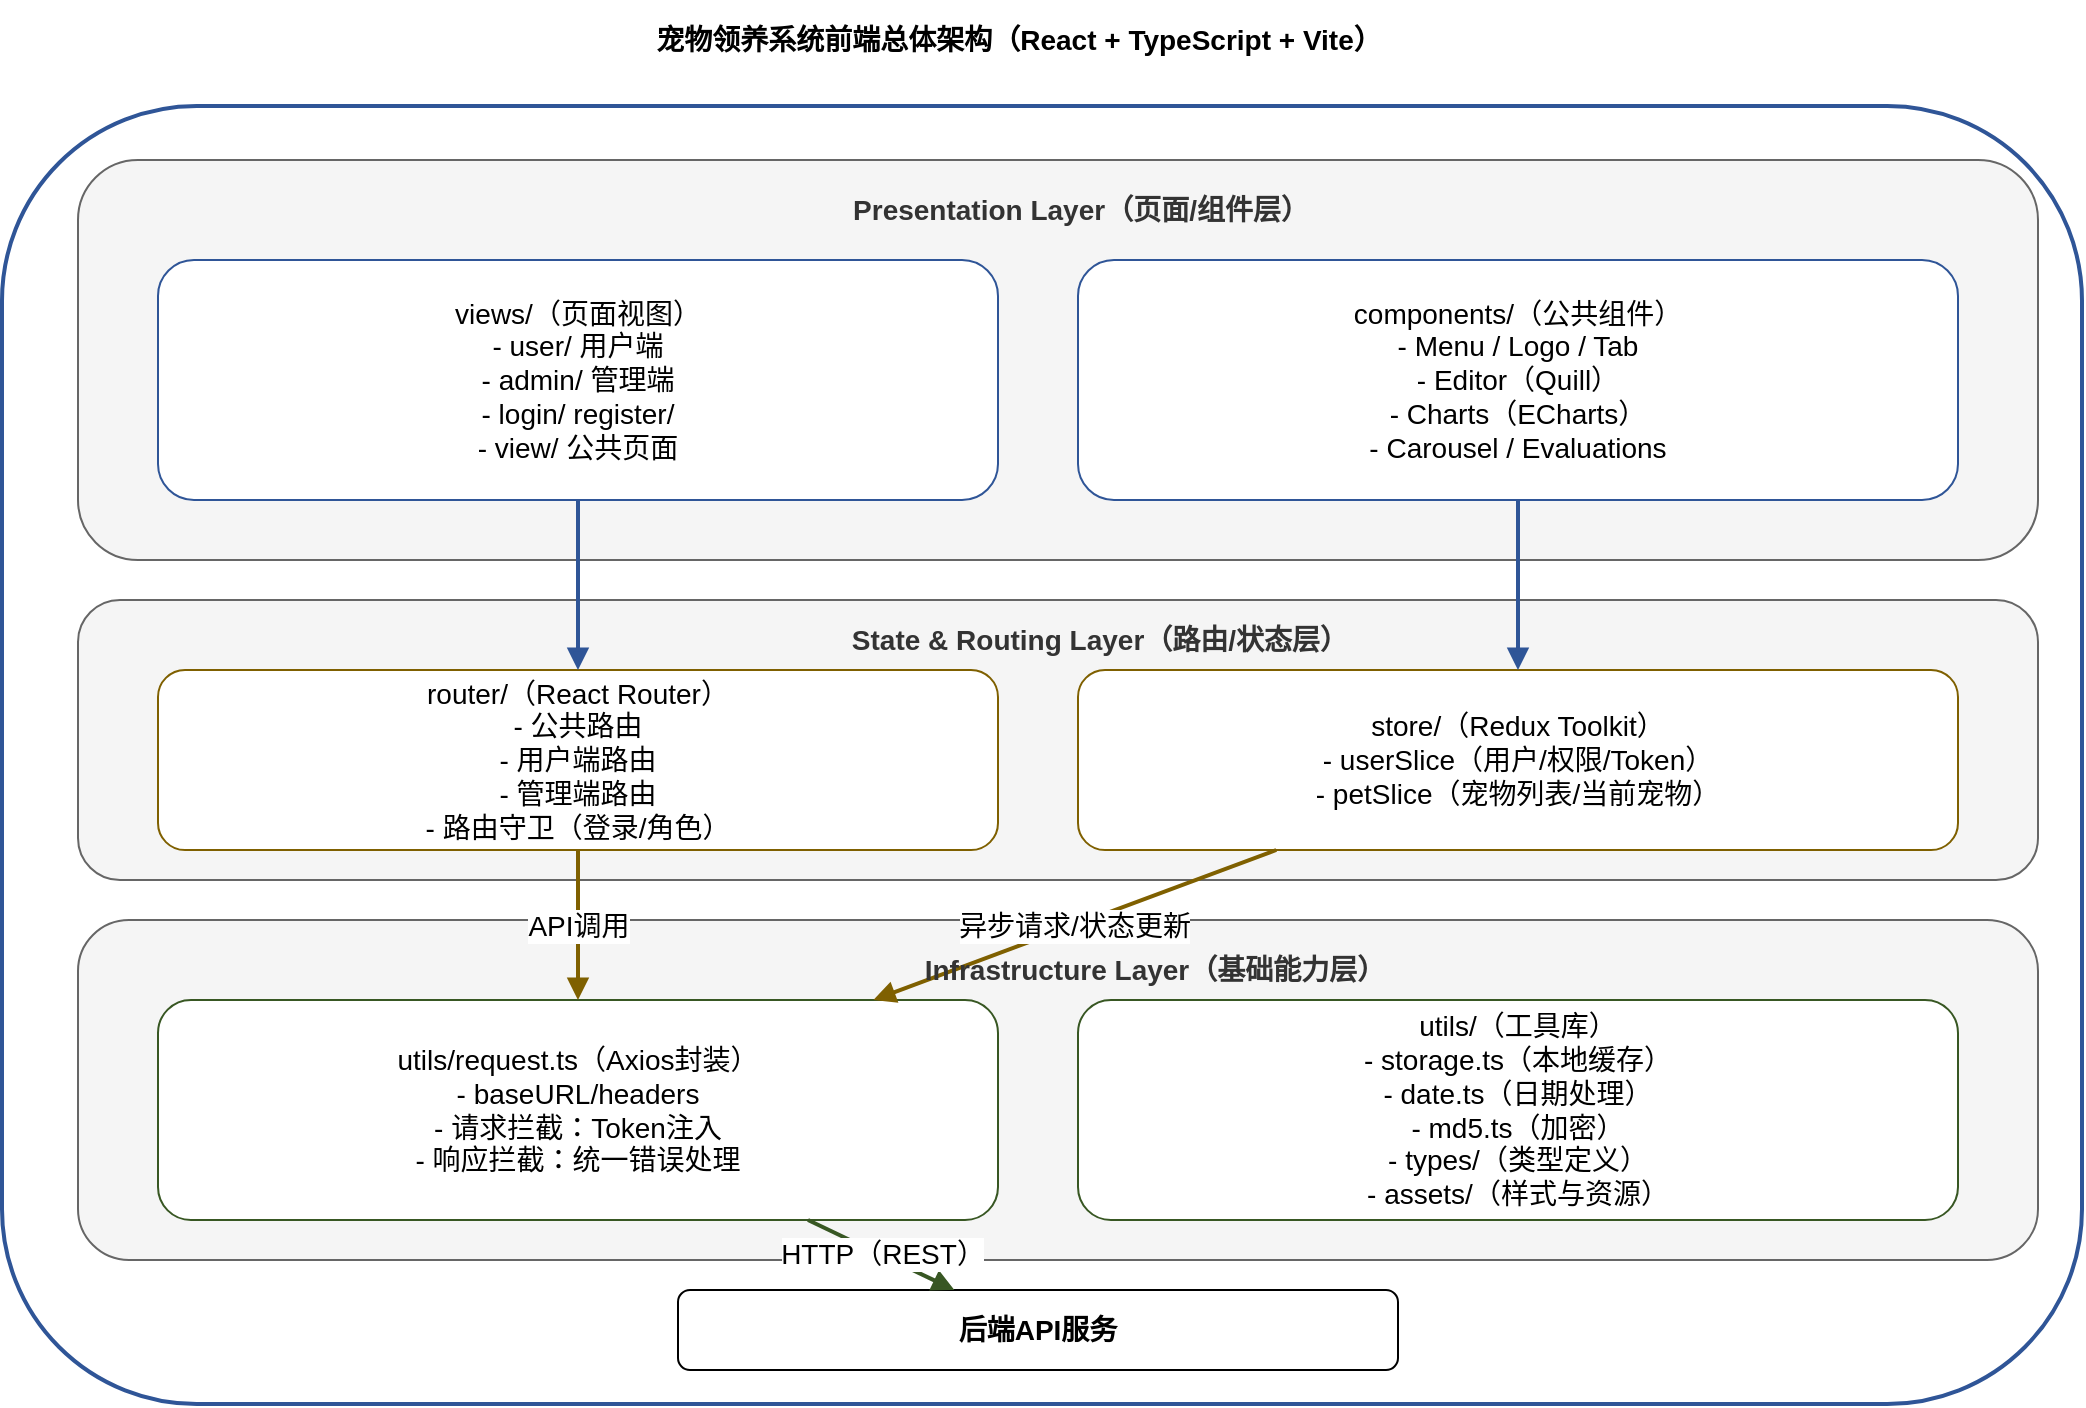
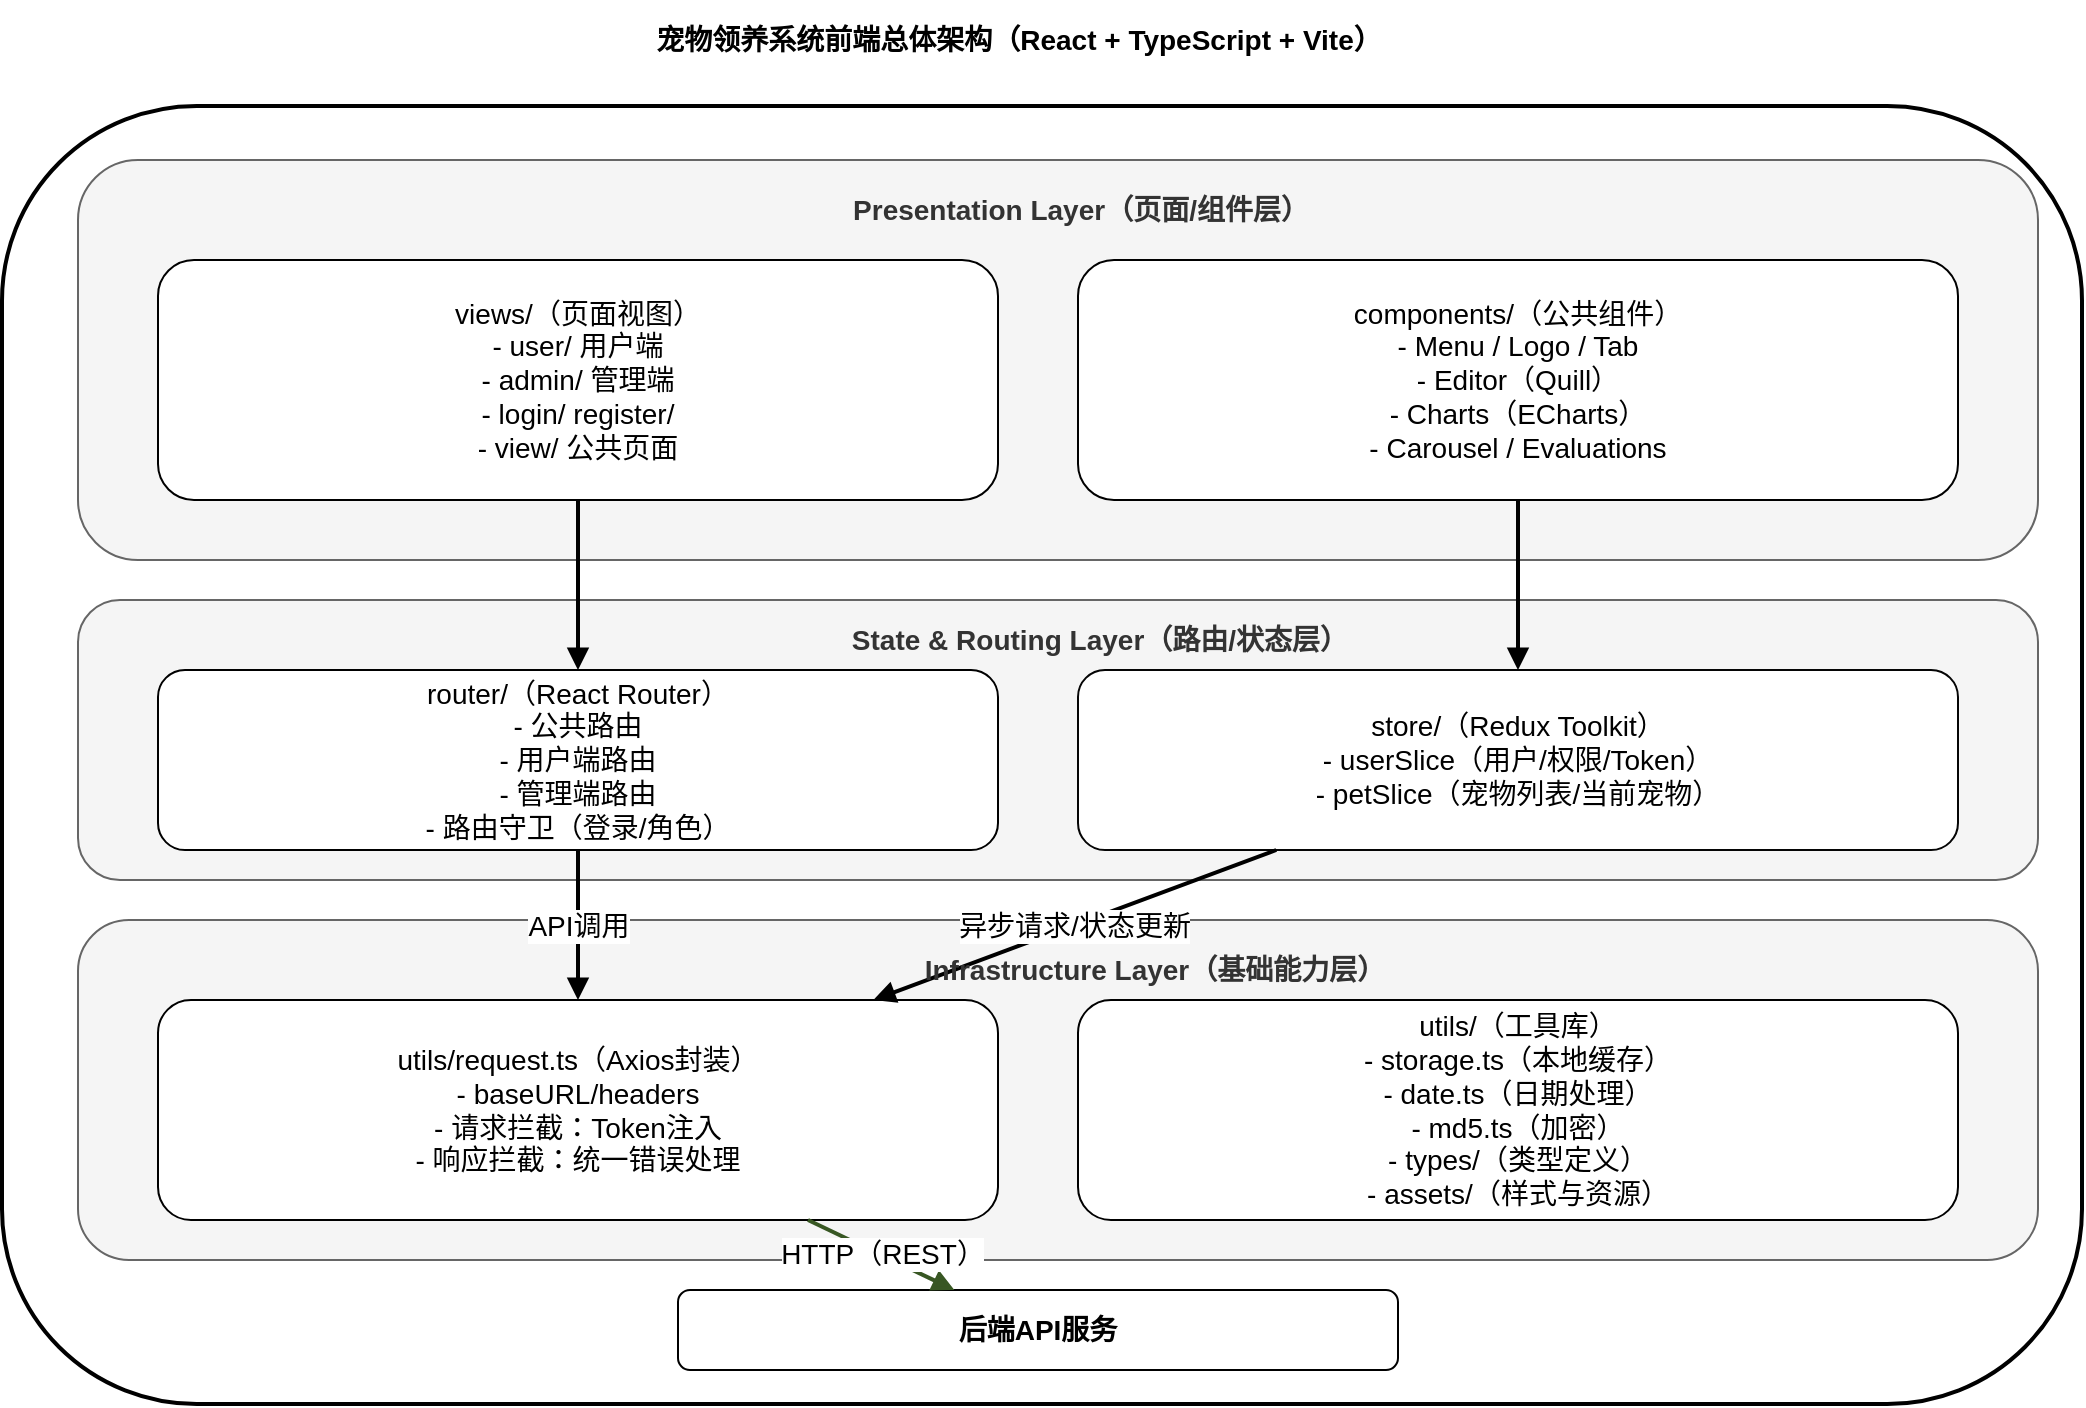
<mxfile host="app.diagrams.net">
  <diagram name="第 1 页" id="Zw4GrA-TFW1lKSvq5XIs">
    <mxGraphModel dx="1056" dy="729" grid="0" gridSize="10" guides="1" tooltips="1" connect="1" arrows="1" fold="1" page="1" pageScale="1" pageWidth="1200" pageHeight="800" math="0" shadow="0">
      <root>
        <mxCell id="0" />
        <mxCell id="1" parent="0" />
        <mxCell id="t1" parent="1" style="text;html=1;align=center;verticalAlign=middle;fontSize=14;fontStyle=1" value="宠物领养系统前端总体架构（React + TypeScript + Vite）" vertex="1">
          <mxGeometry height="40" width="800" x="190" y="60" as="geometry" />
        </mxCell>
-         <mxCell id="c0" parent="1" style="rounded=1;whiteSpace=wrap;html=1;strokeWidth=2;fillColor=#ffffff;strokeColor=#2F5597;fontStyle=1;align=center;fontSize=14;" value="Front-End Application" vertex="1">
+         <mxCell id="c0" parent="1" style="rounded=1;whiteSpace=wrap;html=1;strokeWidth=2;fillColor=#ffffff;strokeColor=#000000;fontStyle=1;align=center;fontSize=14;" value="Front-End Application" vertex="1">
          <mxGeometry height="649" width="1040" x="82" y="113" as="geometry" />
        </mxCell>
        <mxCell id="c1" parent="1" style="rounded=1;whiteSpace=wrap;html=1;fillColor=#f5f5f5;strokeColor=#666666;fontStyle=1;fontColor=#333333;fontSize=14;" value="" vertex="1">
          <mxGeometry height="200" width="980" x="120" y="140" as="geometry" />
        </mxCell>
        <mxCell id="c2" parent="1" style="rounded=1;whiteSpace=wrap;html=1;fillColor=#f5f5f5;strokeColor=#666666;fontStyle=1;fontColor=#333333;fontSize=14;" value="" vertex="1">
          <mxGeometry height="140" width="980" x="120" y="360" as="geometry" />
        </mxCell>
        <mxCell id="c3" parent="1" style="rounded=1;whiteSpace=wrap;html=1;fillColor=#f5f5f5;strokeColor=#666666;fontStyle=1;fontColor=#333333;fontSize=14;" value="" vertex="1">
          <mxGeometry height="170" width="980" x="120" y="520" as="geometry" />
        </mxCell>
-         <mxCell id="v1" parent="1" style="rounded=1;whiteSpace=wrap;html=1;fillColor=#ffffff;strokeColor=#2F5597;fontSize=14;" value="views/（页面视图）&#xa;- user/ 用户端&#xa;- admin/ 管理端&#xa;- login/ register/&#xa;- view/ 公共页面" vertex="1">
+         <mxCell id="v1" parent="1" style="rounded=1;whiteSpace=wrap;html=1;fillColor=#ffffff;strokeColor=#000000;fontSize=14;" value="views/（页面视图）&#xa;- user/ 用户端&#xa;- admin/ 管理端&#xa;- login/ register/&#xa;- view/ 公共页面" vertex="1">
          <mxGeometry height="120" width="420" x="160" y="190" as="geometry" />
        </mxCell>
-         <mxCell id="v2" parent="1" style="rounded=1;whiteSpace=wrap;html=1;fillColor=#ffffff;strokeColor=#2F5597;fontSize=14;" value="components/（公共组件）&#xa;- Menu / Logo / Tab&#xa;- Editor（Quill）&#xa;- Charts（ECharts）&#xa;- Carousel / Evaluations" vertex="1">
+         <mxCell id="v2" parent="1" style="rounded=1;whiteSpace=wrap;html=1;fillColor=#ffffff;strokeColor=#000000;fontSize=14;" value="components/（公共组件）&#xa;- Menu / Logo / Tab&#xa;- Editor（Quill）&#xa;- Charts（ECharts）&#xa;- Carousel / Evaluations" vertex="1">
          <mxGeometry height="120" width="440" x="620" y="190" as="geometry" />
        </mxCell>
-         <mxCell id="r1" parent="1" style="rounded=1;whiteSpace=wrap;html=1;fillColor=#ffffff;strokeColor=#7F6000;fontSize=14;" value="router/（React Router）&#xa;- 公共路由&#xa;- 用户端路由&#xa;- 管理端路由&#xa;- 路由守卫（登录/角色）" vertex="1">
+         <mxCell id="r1" parent="1" style="rounded=1;whiteSpace=wrap;html=1;fillColor=#ffffff;strokeColor=light-dark(#000000, #b69b49);fontSize=14;" value="router/（React Router）&#xa;- 公共路由&#xa;- 用户端路由&#xa;- 管理端路由&#xa;- 路由守卫（登录/角色）" vertex="1">
          <mxGeometry height="90" width="420" x="160" y="395" as="geometry" />
        </mxCell>
-         <mxCell id="s1" parent="1" style="rounded=1;whiteSpace=wrap;html=1;fillColor=#ffffff;strokeColor=#7F6000;fontSize=14;" value="store/（Redux Toolkit）&#xa;- userSlice（用户/权限/Token）&#xa;- petSlice（宠物列表/当前宠物）" vertex="1">
+         <mxCell id="s1" parent="1" style="rounded=1;whiteSpace=wrap;html=1;fillColor=#ffffff;strokeColor=light-dark(#050505, #b69b49);fontSize=14;" value="store/（Redux Toolkit）&#xa;- userSlice（用户/权限/Token）&#xa;- petSlice（宠物列表/当前宠物）" vertex="1">
          <mxGeometry height="90" width="440" x="620" y="395" as="geometry" />
        </mxCell>
-         <mxCell id="u1" parent="1" style="rounded=1;whiteSpace=wrap;html=1;fillColor=#ffffff;strokeColor=#385723;fontSize=14;" value="utils/request.ts（Axios封装）&#xa;- baseURL/headers&#xa;- 请求拦截：Token注入&#xa;- 响应拦截：统一错误处理" vertex="1">
+         <mxCell id="u1" parent="1" style="rounded=1;whiteSpace=wrap;html=1;fillColor=#ffffff;strokeColor=#000000;fontSize=14;" value="utils/request.ts（Axios封装）&#xa;- baseURL/headers&#xa;- 请求拦截：Token注入&#xa;- 响应拦截：统一错误处理" vertex="1">
          <mxGeometry height="110" width="420" x="160" y="560" as="geometry" />
        </mxCell>
-         <mxCell id="u2" parent="1" style="rounded=1;whiteSpace=wrap;html=1;fillColor=#ffffff;strokeColor=#385723;fontSize=14;" value="utils/（工具库）&#xa;- storage.ts（本地缓存）&#xa;- date.ts（日期处理）&#xa;- md5.ts（加密）&#xa;- types/（类型定义）&#xa;- assets/（样式与资源）" vertex="1">
+         <mxCell id="u2" parent="1" style="rounded=1;whiteSpace=wrap;html=1;fillColor=#ffffff;strokeColor=#000000;fontSize=14;" value="utils/（工具库）&#xa;- storage.ts（本地缓存）&#xa;- date.ts（日期处理）&#xa;- md5.ts（加密）&#xa;- types/（类型定义）&#xa;- assets/（样式与资源）" vertex="1">
          <mxGeometry height="110" width="440" x="620" y="560" as="geometry" />
        </mxCell>
-         <mxCell id="e1" edge="1" parent="1" source="v1" style="endArrow=block;html=1;strokeColor=#2F5597;strokeWidth=2;fontSize=14;" target="r1">
+         <mxCell id="e1" edge="1" parent="1" source="v1" style="endArrow=block;html=1;strokeColor=#000000;strokeWidth=2;fontSize=14;" target="r1">
          <mxGeometry relative="1" as="geometry" />
        </mxCell>
-         <mxCell id="e2" edge="1" parent="1" source="v2" style="endArrow=block;html=1;strokeColor=#2F5597;strokeWidth=2;fontSize=14;" target="s1">
+         <mxCell id="e2" edge="1" parent="1" source="v2" style="endArrow=block;html=1;strokeColor=#000000;strokeWidth=2;fontSize=14;" target="s1">
          <mxGeometry relative="1" as="geometry" />
        </mxCell>
-         <mxCell id="e3" edge="1" parent="1" source="r1" style="endArrow=block;html=1;strokeColor=#7F6000;strokeWidth=2;fontSize=14;" target="u1" value="API调用">
+         <mxCell id="e3" edge="1" parent="1" source="r1" style="endArrow=block;html=1;strokeColor=#000000;strokeWidth=2;fontSize=14;" target="u1" value="API调用">
          <mxGeometry relative="1" as="geometry" />
        </mxCell>
-         <mxCell id="e4" edge="1" parent="1" source="s1" style="endArrow=block;html=1;strokeColor=#7F6000;strokeWidth=2;fontSize=14;" target="u1" value="异步请求/状态更新">
+         <mxCell id="e4" edge="1" parent="1" source="s1" style="endArrow=block;html=1;strokeColor=#000000;strokeWidth=2;fontSize=14;" target="u1" value="异步请求/状态更新">
          <mxGeometry relative="1" as="geometry" />
        </mxCell>
-         <mxCell id="b1" parent="1" style="rounded=1;whiteSpace=wrap;html=1;fontStyle=1;fontSize=14;" value="后端API服务" vertex="1">
+         <mxCell id="b1" parent="1" style="rounded=1;whiteSpace=wrap;html=1;fontStyle=1;fontSize=14;strokeColor=#000000;" value="后端API服务" vertex="1">
          <mxGeometry height="40" width="360" x="420" y="705" as="geometry" />
        </mxCell>
        <mxCell id="e5" edge="1" parent="1" source="u1" style="endArrow=block;html=1;strokeColor=#385723;strokeWidth=2;fontSize=14;" target="b1" value="HTTP（REST）">
          <mxGeometry relative="1" as="geometry" />
        </mxCell>
        <mxCell id="qifDDppV9MLtQ6huMmRN-1" parent="1" style="text;html=1;whiteSpace=wrap;strokeColor=none;fillColor=none;align=center;verticalAlign=middle;rounded=0;fontSize=14;" value="&lt;span style=&quot;color: rgb(51, 51, 51); font-weight: 700;&quot;&gt;State &amp;amp; Routing Layer（路由/状态层）&lt;/span&gt;" vertex="1">
          <mxGeometry height="30" width="252" x="505" y="365" as="geometry" />
        </mxCell>
        <mxCell id="qifDDppV9MLtQ6huMmRN-2" parent="1" style="text;html=1;whiteSpace=wrap;strokeColor=none;fillColor=none;align=center;verticalAlign=middle;rounded=0;fontSize=14;" value="&lt;span style=&quot;color: rgb(51, 51, 51); font-weight: 700;&quot;&gt;Presentation Layer（页面/组件层）&lt;/span&gt;" vertex="1">
          <mxGeometry height="30" width="233" x="505" y="150" as="geometry" />
        </mxCell>
        <mxCell id="qifDDppV9MLtQ6huMmRN-3" parent="1" style="text;html=1;whiteSpace=wrap;strokeColor=none;fillColor=none;align=center;verticalAlign=middle;rounded=0;fontSize=14;" value="&lt;span style=&quot;color: rgb(51, 51, 51); font-weight: 700;&quot;&gt;Infrastructure Layer（基础能力层）&lt;/span&gt;" vertex="1">
          <mxGeometry height="30" width="237" x="540" y="530" as="geometry" />
        </mxCell>
      </root>
    </mxGraphModel>
  </diagram>
</mxfile>
